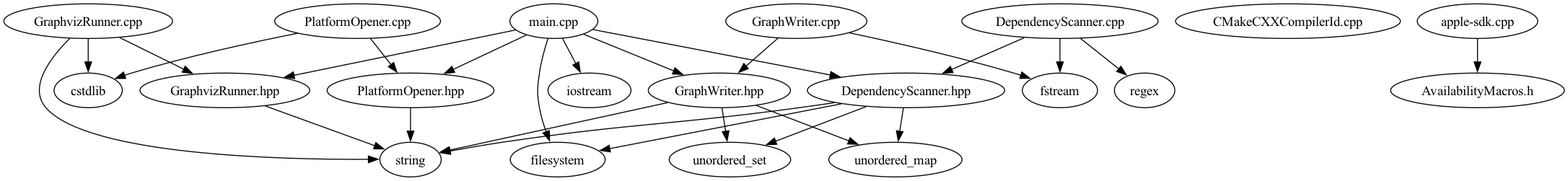
The Graphviz diagram dependencies.png in AlexandraKemperMS/DependencyVisualizer, before a commit. Its source is kept beside it as dependencies.dot.
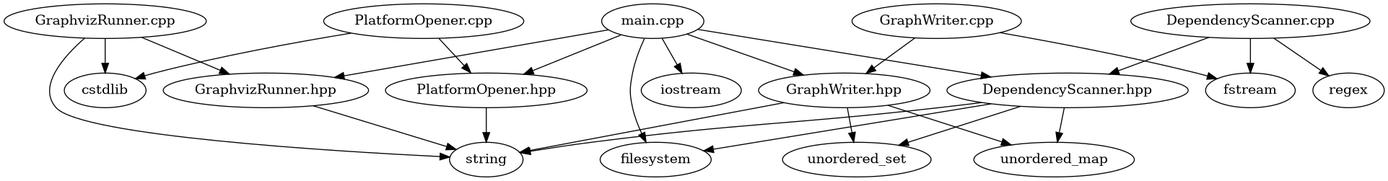
After the commit.

Change to the diagram source:
```diff
@@ -1,29 +1,27 @@
 digraph dependencies {
   "main.cpp" -> "filesystem";
-  "main.cpp" -> "DependencyScanner.hpp";
   "main.cpp" -> "iostream";
   "main.cpp" -> "PlatformOpener.hpp";
   "main.cpp" -> "GraphvizRunner.hpp";
   "main.cpp" -> "GraphWriter.hpp";
-  "DependencyScanner.hpp" -> "filesystem";
-  "DependencyScanner.hpp" -> "unordered_map";
-  "DependencyScanner.hpp" -> "unordered_set";
-  "DependencyScanner.hpp" -> "string";
+  "main.cpp" -> "DependencyScanner.hpp";
+  "GraphWriter.cpp" -> "fstream";
+  "GraphWriter.cpp" -> "GraphWriter.hpp";
+  "PlatformOpener.cpp" -> "cstdlib";
+  "PlatformOpener.cpp" -> "PlatformOpener.hpp";
   "GraphvizRunner.cpp" -> "string";
   "GraphvizRunner.cpp" -> "cstdlib";
   "GraphvizRunner.cpp" -> "GraphvizRunner.hpp";
-  "CMakeCXXCompilerId.cpp";
-  "apple-sdk.cpp" -> "AvailabilityMacros.h";
-  "GraphvizRunner.hpp" -> "string";
   "DependencyScanner.cpp" -> "regex";
   "DependencyScanner.cpp" -> "fstream";
   "DependencyScanner.cpp" -> "DependencyScanner.hpp";
   "GraphWriter.hpp" -> "unordered_map";
   "GraphWriter.hpp" -> "unordered_set";
   "GraphWriter.hpp" -> "string";
-  "GraphWriter.cpp" -> "fstream";
-  "GraphWriter.cpp" -> "GraphWriter.hpp";
+  "DependencyScanner.hpp" -> "filesystem";
+  "DependencyScanner.hpp" -> "unordered_map";
+  "DependencyScanner.hpp" -> "unordered_set";
+  "DependencyScanner.hpp" -> "string";
+  "GraphvizRunner.hpp" -> "string";
   "PlatformOpener.hpp" -> "string";
-  "PlatformOpener.cpp" -> "cstdlib";
-  "PlatformOpener.cpp" -> "PlatformOpener.hpp";
 }
```
